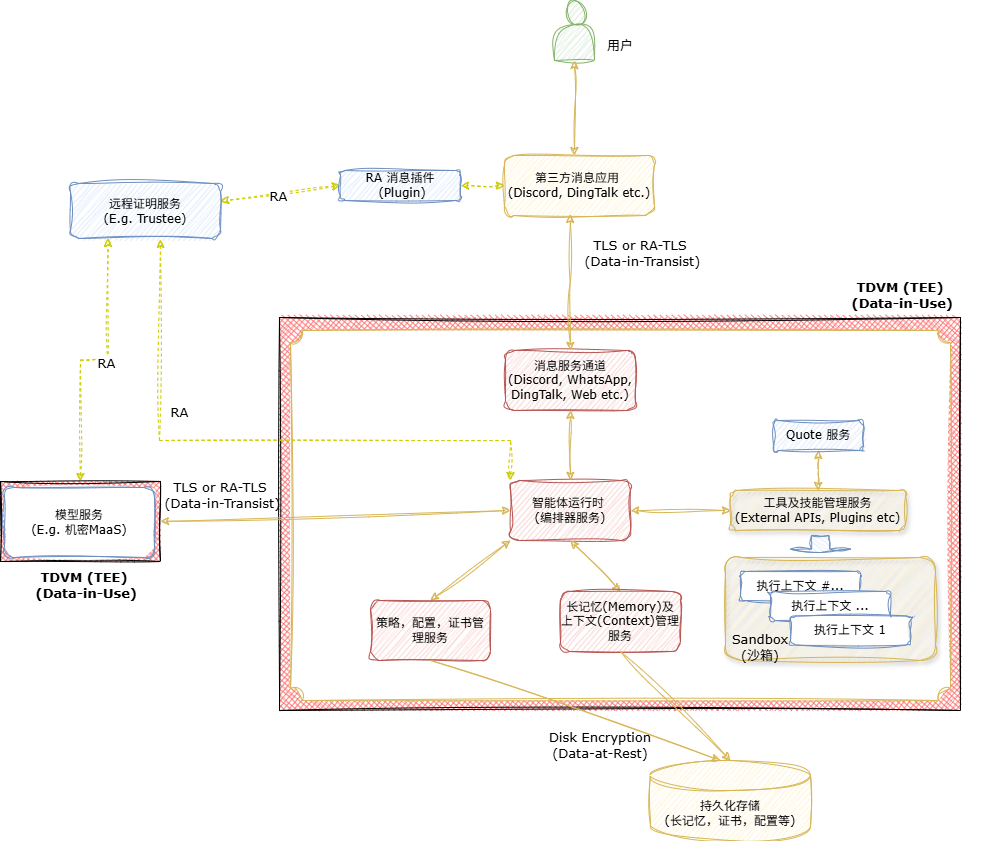
This is cczoo/openclaw-cc/images/openclaw-cc-cn.png from intel/confidential-computing-zoo, a draw.io export, as it was before one commit. Source tidied: cells renumbered, new cells last; positions are measured from the earlier drawing's top-left corner, leaving out a move shared by most shapes. The source it was exported from:
```xml
<mxGraphModel>
  <root>
    <mxCell id="0" />
    <mxCell id="1" parent="0" />
    <mxCell id="2" style="rounded=0;whiteSpace=wrap;html=1;sketch=1;curveFitting=1;jiggle=2;glass=0;fillStyle=cross-hatch;fillColor=#FF6666;" parent="1" vertex="1">
      <mxGeometry x="279" y="317" width="681" height="393" as="geometry" />
    </mxCell>
    <mxCell id="3" style="verticalLabelPosition=bottom;verticalAlign=top;html=1;shape=mxgraph.basic.plaque;dx=6;whiteSpace=wrap;sketch=1;curveFitting=1;jiggle=2;fillColor=#FFFFFF;strokeColor=#d6b656;" parent="1" vertex="1">
      <mxGeometry x="290" y="330" width="660" height="370" as="geometry" />
    </mxCell>
    <mxCell id="4" style="edgeStyle=orthogonalEdgeStyle;rounded=0;jettySize=auto;html=1;exitX=1;exitY=0.5;exitDx=0;exitDy=0;entryX=0;entryY=0.5;entryDx=0;entryDy=0;startArrow=classic;startFill=1;fillColor=#fff2cc;strokeColor=#d6b656;sketch=1;curveFitting=1;jiggle=2;" parent="1" edge="1" source="5" target="11">
      <mxGeometry relative="1" as="geometry" />
    </mxCell>
    <mxCell id="5" value="智能体运行时&amp;nbsp;&lt;div&gt;(编排器服务)&lt;/div&gt;" style="rounded=1;whiteSpace=wrap;html=1;fillColor=#f8cecc;strokeColor=#b85450;sketch=1;curveFitting=1;jiggle=2;fontFamily=Verdana;" parent="1" vertex="1">
      <mxGeometry x="510" y="480" width="120" height="60" as="geometry" />
    </mxCell>
    <mxCell id="6" style="edgeStyle=orthogonalEdgeStyle;rounded=0;jettySize=auto;html=1;exitX=0.5;exitY=1;exitDx=0;exitDy=0;entryX=0.5;entryY=0;entryDx=0;entryDy=0;startArrow=classic;startFill=1;fillColor=#fff2cc;strokeColor=#d6b656;sketch=1;curveFitting=1;jiggle=2;" parent="1" edge="1" source="7" target="5">
      <mxGeometry relative="1" as="geometry" />
    </mxCell>
    <mxCell id="7" value="消息服务通道&lt;br&gt;&lt;div&gt;(Discord, WhatsApp, DingTalk, Web etc.)&lt;/div&gt;" style="rounded=1;whiteSpace=wrap;html=1;fillColor=#f8cecc;strokeColor=#b85450;sketch=1;curveFitting=1;jiggle=2;fontFamily=Verdana;" parent="1" vertex="1">
      <mxGeometry x="505" y="350" width="130" height="60" as="geometry" />
    </mxCell>
    <mxCell id="8" style="rounded=0;jettySize=auto;html=1;exitX=1;exitY=0.5;exitDx=0;exitDy=0;startArrow=classic;startFill=1;fillColor=#fff2cc;strokeColor=#d6b656;sketch=1;curveFitting=1;jiggle=2;" parent="1" edge="1" source="22">
      <mxGeometry relative="1" as="geometry">
        <mxPoint x="510" y="510" as="targetPoint" />
      </mxGeometry>
    </mxCell>
    <mxCell id="9" style="rounded=0;jettySize=auto;html=1;exitX=0.5;exitY=0;exitDx=0;exitDy=0;entryX=0.5;entryY=1;entryDx=0;entryDy=0;startArrow=classic;startFill=1;fillColor=#fff2cc;strokeColor=#d6b656;sketch=1;curveFitting=1;jiggle=2;" parent="1" edge="1" source="10" target="5">
      <mxGeometry relative="1" as="geometry" />
    </mxCell>
    <mxCell id="10" value="长记忆(Memory)及上下文(Context)管理服务" style="rounded=1;whiteSpace=wrap;html=1;fillColor=#f8cecc;strokeColor=#b85450;sketch=1;curveFitting=1;jiggle=2;fontFamily=Verdana;" parent="1" vertex="1">
      <mxGeometry x="560" y="591" width="120" height="60" as="geometry" />
    </mxCell>
    <mxCell id="11" value="工具及技能管理服务&lt;br&gt;&lt;div&gt;(External APIs, Plugins etc)&lt;/div&gt;" style="rounded=1;whiteSpace=wrap;html=1;fillColor=#fff2cc;strokeColor=#d6b656;sketch=1;curveFitting=1;jiggle=2;fontFamily=Verdana;shadow=1;glass=0;align=center;verticalAlign=middle;fontSize=12;fontColor=default;" parent="1" vertex="1">
      <mxGeometry x="730" y="490" width="175" height="40" as="geometry" />
    </mxCell>
    <mxCell id="12" style="rounded=0;jettySize=auto;html=1;exitX=0.5;exitY=0;exitDx=0;exitDy=0;startArrow=classic;startFill=1;fillColor=#fff2cc;strokeColor=#d6b656;sketch=1;curveFitting=1;jiggle=2;" parent="1" edge="1" source="13">
      <mxGeometry relative="1" as="geometry">
        <mxPoint x="510" y="540" as="targetPoint" />
      </mxGeometry>
    </mxCell>
    <mxCell id="13" value="策略，配置，证书管理服务" style="rounded=1;whiteSpace=wrap;html=1;fillColor=#f8cecc;strokeColor=#b85450;sketch=1;curveFitting=1;jiggle=2;fontFamily=Verdana;" parent="1" vertex="1">
      <mxGeometry x="370" y="600" width="120" height="60" as="geometry" />
    </mxCell>
    <mxCell id="14" style="edgeStyle=orthogonalEdgeStyle;rounded=0;jettySize=auto;html=1;entryX=0.5;entryY=0;entryDx=0;entryDy=0;startArrow=classic;startFill=1;fillColor=#fff2cc;strokeColor=#d6b656;sketch=1;curveFitting=1;jiggle=2;exitX=0.438;exitY=0.983;exitDx=0;exitDy=0;exitPerimeter=0;" parent="1" edge="1" source="40" target="7">
      <mxGeometry relative="1" as="geometry" />
    </mxCell>
    <mxCell id="15" style="rounded=0;jettySize=auto;html=1;sketch=1;curveFitting=1;jiggle=2;strokeColor=#CCCC00;align=center;verticalAlign=middle;fontFamily=Helvetica;fontSize=11;fontColor=default;labelBackgroundColor=default;startArrow=classic;startFill=1;endArrow=classic;fillColor=#fff2cc;dashed=1;exitX=0;exitY=0.5;exitDx=0;exitDy=0;" parent="1" edge="1" source="38" target="24">
      <mxGeometry relative="1" as="geometry" />
    </mxCell>
    <mxCell id="16" value="RA" style="edgeLabel;html=1;align=center;verticalAlign=middle;rounded=0;fontFamily=Verdana;fontSize=13;fontColor=default;fillColor=none;gradientColor=none;" parent="15" vertex="1">
      <mxGeometry x="0.04" y="2" relative="1" as="geometry" />
    </mxCell>
    <mxCell id="17" style="shape=actor;whiteSpace=wrap;html=1;fillColor=#d5e8d4;strokeColor=#82b366;sketch=1;curveFitting=1;jiggle=2;" parent="1" vertex="1">
      <mxGeometry x="554" width="40" height="60" as="geometry" />
    </mxCell>
    <mxCell id="18" value="持久化存储&lt;div&gt;(长记忆，证书，配置等)&lt;/div&gt;" style="shape=cylinder3;whiteSpace=wrap;html=1;boundedLbl=1;backgroundOutline=1;size=15;sketch=1;curveFitting=1;jiggle=2;fillColor=#fff2cc;strokeColor=#d6b656;fontFamily=Verdana;" parent="1" vertex="1">
      <mxGeometry x="650" y="760" width="160" height="80" as="geometry" />
    </mxCell>
    <mxCell id="19" style="rounded=0;jettySize=auto;html=1;exitX=0.5;exitY=1;exitDx=0;exitDy=0;entryX=0.5;entryY=0;entryDx=0;entryDy=0;entryPerimeter=0;sketch=1;curveFitting=1;jiggle=2;strokeColor=#d6b656;align=center;verticalAlign=middle;fontFamily=Helvetica;fontSize=11;fontColor=default;labelBackgroundColor=default;startArrow=none;startFill=0;endArrow=classic;fillColor=#fff2cc;" parent="1" edge="1" source="10" target="18">
      <mxGeometry relative="1" as="geometry" />
    </mxCell>
    <mxCell id="20" style="edgeStyle=orthogonalEdgeStyle;rounded=0;jettySize=auto;html=1;exitX=0.5;exitY=0;exitDx=0;exitDy=0;entryX=0.25;entryY=1;entryDx=0;entryDy=0;sketch=1;curveFitting=1;jiggle=2;strokeColor=#CCCC00;align=center;verticalAlign=middle;fontFamily=Helvetica;fontSize=11;fontColor=default;labelBackgroundColor=default;startArrow=classic;startFill=1;endArrow=classic;fillColor=#fff2cc;dashed=1;" parent="1" edge="1" source="22" target="24">
      <mxGeometry relative="1" as="geometry" />
    </mxCell>
    <mxCell id="21" value="RA" style="edgeLabel;html=1;align=center;verticalAlign=middle;rounded=0;fontFamily=Verdana;fontSize=13;fontColor=default;fillColor=none;gradientColor=none;" parent="20" vertex="1">
      <mxGeometry x="-0.17" y="3" relative="1" as="geometry">
        <mxPoint x="28" y="-6" as="offset" />
      </mxGeometry>
    </mxCell>
    <mxCell id="22" style="rounded=0;whiteSpace=wrap;html=1;sketch=1;curveFitting=1;jiggle=2;glass=0;fillStyle=cross-hatch;fillColor=#FF6666;" parent="1" vertex="1">
      <mxGeometry y="481" width="160" height="80" as="geometry" />
    </mxCell>
    <mxCell id="23" value="&lt;div&gt;模型服务&lt;/div&gt;&lt;div&gt;(E.g. 机密MaaS)&lt;/div&gt;" style="rounded=1;whiteSpace=wrap;html=1;fillColor=#FFFFFF;strokeColor=#6c8ebf;sketch=1;curveFitting=1;jiggle=2;fontFamily=Verdana;" parent="1" vertex="1">
      <mxGeometry x="4" y="487" width="150" height="70" as="geometry" />
    </mxCell>
    <mxCell id="24" value="远程证明服务&lt;div&gt;(E.g. Trustee)&lt;/div&gt;" style="rounded=1;whiteSpace=wrap;html=1;fillColor=#dae8fc;strokeColor=#6c8ebf;sketch=1;curveFitting=1;jiggle=2;fontFamily=Verdana;" parent="1" vertex="1">
      <mxGeometry x="70" y="183" width="150" height="55" as="geometry" />
    </mxCell>
    <mxCell id="25" value="TDVM (TEE)&lt;div&gt;&amp;nbsp;(Data-in-Use)&lt;/div&gt;" style="text;html=1;whiteSpace=wrap;strokeColor=none;fillColor=none;align=center;verticalAlign=middle;rounded=0;fontFamily=Verdana;fontSize=13;fontColor=default;fontStyle=1;" parent="1" vertex="1">
      <mxGeometry x="820" y="280" width="160" height="30" as="geometry" />
    </mxCell>
    <mxCell id="26" style="rounded=1;whiteSpace=wrap;html=1;fillColor=#fff2cc;sketch=1;curveFitting=1;jiggle=2;glass=0;shadow=1;strokeColor=#d6b656;" parent="1" vertex="1">
      <mxGeometry x="725" y="557" width="210" height="103" as="geometry" />
    </mxCell>
    <mxCell id="27" value="Disk Encryption&lt;br&gt;&lt;div&gt;(Data-at-Rest)&lt;/div&gt;" style="text;html=1;whiteSpace=wrap;strokeColor=none;fillColor=none;align=center;verticalAlign=middle;rounded=0;fontFamily=Verdana;fontSize=13;" parent="1" vertex="1">
      <mxGeometry x="520" y="730" width="160" height="30" as="geometry" />
    </mxCell>
    <mxCell id="28" value="TLS or RA-TLS&lt;div&gt;&amp;nbsp;(Data-in-Transist)&lt;/div&gt;" style="text;html=1;whiteSpace=wrap;strokeColor=none;fillColor=none;align=center;verticalAlign=middle;rounded=0;fontFamily=Verdana;fontSize=13;" parent="1" vertex="1">
      <mxGeometry x="560" y="238" width="160" height="30" as="geometry" />
    </mxCell>
    <mxCell id="29" value="TLS or RA-TLS&lt;div&gt;&amp;nbsp;(Data-in-Transist)&lt;/div&gt;" style="text;html=1;whiteSpace=wrap;strokeColor=none;fillColor=none;align=center;verticalAlign=middle;rounded=0;fontFamily=Verdana;fontSize=13;" parent="1" vertex="1">
      <mxGeometry x="140" y="480" width="160" height="30" as="geometry" />
    </mxCell>
    <mxCell id="30" value="执行上下文 #..." style="rounded=1;whiteSpace=wrap;html=1;fillColor=#FFFFFF;strokeColor=#6c8ebf;fillStyle=auto;sketch=1;curveFitting=1;jiggle=2;fontFamily=Verdana;" parent="1" vertex="1">
      <mxGeometry x="740" y="571" width="120" height="29" as="geometry" />
    </mxCell>
    <mxCell id="31" style="shape=singleArrow;direction=south;whiteSpace=wrap;html=1;fillColor=#dae8fc;strokeColor=#6c8ebf;sketch=1;curveFitting=1;jiggle=2;" parent="1" vertex="1">
      <mxGeometry x="790" y="535" width="60" height="17" as="geometry" />
    </mxCell>
    <mxCell id="32" value="RA" style="edgeLabel;html=1;align=center;verticalAlign=middle;rounded=0;fontFamily=Verdana;fontSize=13;fontColor=default;fillColor=none;gradientColor=none;" parent="1" vertex="1">
      <mxGeometry x="226" y="395" as="geometry">
        <mxPoint x="-48" y="16" as="offset" />
      </mxGeometry>
    </mxCell>
    <mxCell id="33" style="rounded=0;jettySize=auto;html=1;exitX=0.5;exitY=1;exitDx=0;exitDy=0;sketch=1;curveFitting=1;jiggle=2;strokeColor=#d6b656;align=center;verticalAlign=middle;fontFamily=Helvetica;fontSize=11;fontColor=default;labelBackgroundColor=default;startArrow=none;startFill=0;endArrow=classic;fillColor=#fff2cc;" parent="1" edge="1" source="13">
      <mxGeometry relative="1" as="geometry">
        <mxPoint x="720" y="760" as="targetPoint" />
      </mxGeometry>
    </mxCell>
    <mxCell id="34" value="Sandbox&lt;div&gt;(沙箱)&lt;/div&gt;" style="text;html=1;whiteSpace=wrap;strokeColor=none;fillColor=none;align=center;verticalAlign=middle;rounded=0;fontFamily=Verdana;fontSize=13;" parent="1" vertex="1">
      <mxGeometry x="680" y="632" width="160" height="30" as="geometry" />
    </mxCell>
    <mxCell id="35" value="执行上下文 ..." style="rounded=1;whiteSpace=wrap;html=1;fillColor=#FFFFFF;strokeColor=#6c8ebf;fillStyle=auto;sketch=1;curveFitting=1;jiggle=2;fontFamily=Verdana;" parent="1" vertex="1">
      <mxGeometry x="770" y="591" width="120" height="29" as="geometry" />
    </mxCell>
    <mxCell id="36" value="执行上下文 1" style="rounded=1;whiteSpace=wrap;html=1;fillColor=#FFFFFF;strokeColor=#6c8ebf;fillStyle=auto;sketch=1;curveFitting=1;jiggle=2;fontFamily=Verdana;" parent="1" vertex="1">
      <mxGeometry x="790" y="615.5" width="120" height="29" as="geometry" />
    </mxCell>
    <mxCell id="37" style="edgeStyle=orthogonalEdgeStyle;rounded=0;jettySize=auto;html=1;exitX=0;exitY=0;exitDx=0;exitDy=0;entryX=0.6;entryY=1.018;entryDx=0;entryDy=0;entryPerimeter=0;dashed=1;sketch=1;jiggle=2;curveFitting=1;strokeColor=#CCCC00;align=center;verticalAlign=middle;fontFamily=Helvetica;fontSize=11;fontColor=default;labelBackgroundColor=default;startArrow=classic;startFill=1;endArrow=classic;fillColor=#fff2cc;" parent="1" edge="1" source="5" target="24">
      <mxGeometry relative="1" as="geometry">
        <Array as="points">
          <mxPoint x="510" y="440" />
          <mxPoint x="159" y="440" />
        </Array>
      </mxGeometry>
    </mxCell>
    <mxCell id="38" value="RA 消息插件&lt;div&gt;&lt;span style=&quot;background-color: transparent; color: light-dark(rgb(0, 0, 0), rgb(255, 255, 255));&quot;&gt;&amp;nbsp;&lt;/span&gt;&lt;span style=&quot;background-color: transparent; color: light-dark(rgb(0, 0, 0), rgb(255, 255, 255));&quot;&gt;(Plugin)&lt;/span&gt;&lt;/div&gt;" style="rounded=1;whiteSpace=wrap;html=1;fillColor=#dae8fc;strokeColor=#6c8ebf;sketch=1;curveFitting=1;jiggle=2;fontFamily=Verdana;" parent="1" vertex="1">
      <mxGeometry x="340" y="170" width="120" height="30" as="geometry" />
    </mxCell>
    <mxCell id="39" style="edgeStyle=orthogonalEdgeStyle;rounded=0;jettySize=auto;html=1;exitX=0;exitY=0.5;exitDx=0;exitDy=0;entryX=1;entryY=0.5;entryDx=0;entryDy=0;dashed=1;sketch=1;jiggle=2;curveFitting=1;strokeColor=#CCCC00;align=center;verticalAlign=middle;fontFamily=Helvetica;fontSize=11;fontColor=default;labelBackgroundColor=default;startArrow=classic;startFill=1;endArrow=classic;fillColor=#fff2cc;" parent="1" edge="1" source="40" target="38">
      <mxGeometry relative="1" as="geometry" />
    </mxCell>
    <mxCell id="40" value="第三方消息应用&amp;nbsp;&lt;div&gt;&lt;span style=&quot;background-color: transparent; color: light-dark(rgb(0, 0, 0), rgb(255, 255, 255));&quot;&gt;(Discord, DingTalk etc.)&lt;/span&gt;&lt;/div&gt;" style="rounded=1;whiteSpace=wrap;html=1;fillColor=#fff2cc;strokeColor=#d6b656;sketch=1;curveFitting=1;jiggle=2;fontFamily=Verdana;" parent="1" vertex="1">
      <mxGeometry x="504" y="155" width="150" height="60" as="geometry" />
    </mxCell>
    <mxCell id="41" style="edgeStyle=orthogonalEdgeStyle;rounded=0;jettySize=auto;html=1;entryX=0.5;entryY=0;entryDx=0;entryDy=0;startArrow=classic;startFill=1;fillColor=#fff2cc;strokeColor=#d6b656;sketch=1;curveFitting=1;jiggle=2;exitX=0.5;exitY=1;exitDx=0;exitDy=0;" parent="1" edge="1" source="17">
      <mxGeometry relative="1" as="geometry">
        <mxPoint x="574" y="155" as="targetPoint" />
      </mxGeometry>
    </mxCell>
    <mxCell id="42" value="TDVM (TEE)&lt;div&gt;&amp;nbsp;(Data-in-Use)&lt;/div&gt;" style="text;html=1;whiteSpace=wrap;strokeColor=none;fillColor=none;align=center;verticalAlign=middle;rounded=0;fontFamily=Verdana;fontSize=13;fontColor=default;fontStyle=1;" parent="1" vertex="1">
      <mxGeometry x="4" y="570" width="160" height="30" as="geometry" />
    </mxCell>
    <mxCell id="43" value="用户" style="text;html=1;whiteSpace=wrap;strokeColor=none;fillColor=none;align=center;verticalAlign=middle;rounded=0;fontFamily=Verdana;fontSize=13;" parent="1" vertex="1">
      <mxGeometry x="540" y="30" width="160" height="30" as="geometry" />
    </mxCell>
    <mxCell id="44" style="edgeStyle=orthogonalEdgeStyle;rounded=0;jettySize=auto;html=1;exitX=0.5;exitY=1;exitDx=0;exitDy=0;entryX=0.5;entryY=0;entryDx=0;entryDy=0;sketch=1;jiggle=2;curveFitting=1;strokeColor=#d6b656;align=center;verticalAlign=middle;fontFamily=Helvetica;fontSize=11;fontColor=default;labelBackgroundColor=default;startArrow=classic;startFill=1;endArrow=classic;fillColor=#fff2cc;" parent="1" edge="1" source="45" target="11">
      <mxGeometry relative="1" as="geometry" />
    </mxCell>
    <mxCell id="45" value="Quote 服务" style="rounded=1;whiteSpace=wrap;html=1;fillColor=#dae8fc;strokeColor=#6c8ebf;sketch=1;curveFitting=1;jiggle=2;fontFamily=Verdana;" parent="1" vertex="1">
      <mxGeometry x="773" y="420" width="90" height="30" as="geometry" />
    </mxCell>
  </root>
</mxGraphModel>
```
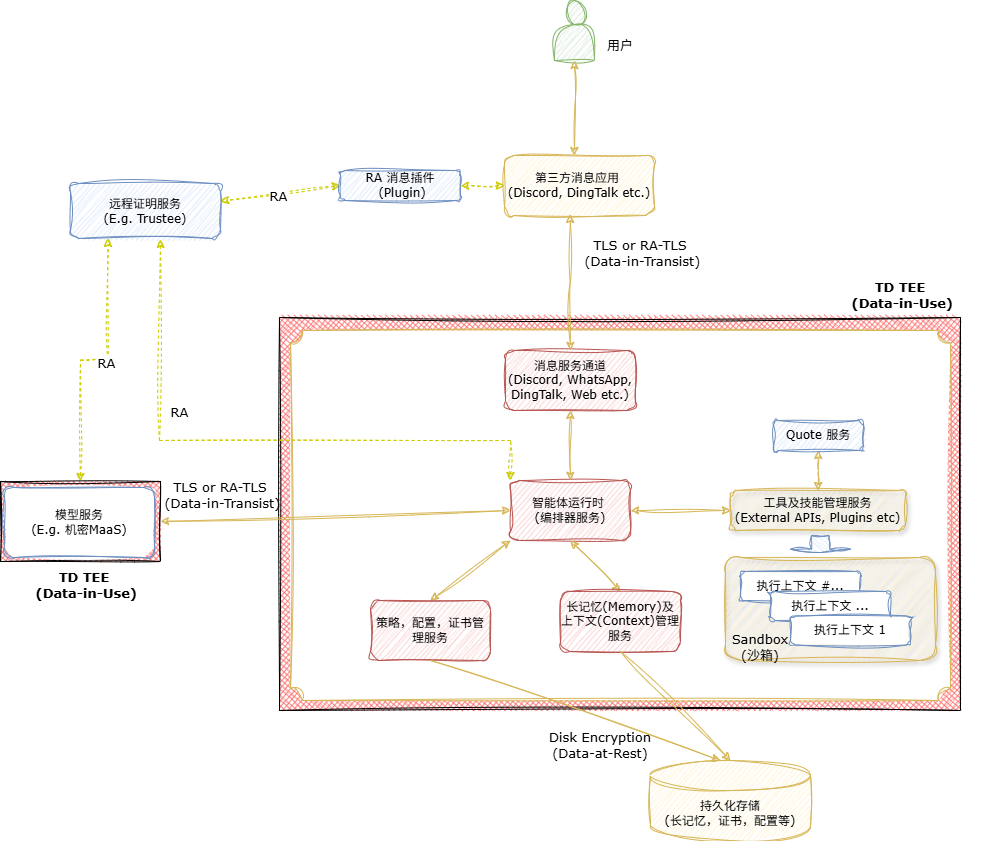
The same diagram one commit later.

What changed in the source:
```diff
@@ -77,7 +77,7 @@
     <mxCell id="24" value="远程证明服务&lt;div&gt;(E.g. Trustee)&lt;/div&gt;" style="rounded=1;whiteSpace=wrap;html=1;fillColor=#dae8fc;strokeColor=#6c8ebf;sketch=1;curveFitting=1;jiggle=2;fontFamily=Verdana;" parent="1" vertex="1">
       <mxGeometry x="70" y="183" width="150" height="55" as="geometry" />
     </mxCell>
-    <mxCell id="25" value="TDVM (TEE)&lt;div&gt;&amp;nbsp;(Data-in-Use)&lt;/div&gt;" style="text;html=1;whiteSpace=wrap;strokeColor=none;fillColor=none;align=center;verticalAlign=middle;rounded=0;fontFamily=Verdana;fontSize=13;fontColor=default;fontStyle=1;" parent="1" vertex="1">
+    <mxCell id="25" value="TD TEE&lt;div&gt;&amp;nbsp;(Data-in-Use)&lt;/div&gt;" style="text;html=1;whiteSpace=wrap;strokeColor=none;fillColor=none;align=center;verticalAlign=middle;rounded=0;fontFamily=Verdana;fontSize=13;fontColor=default;fontStyle=1;" parent="1" vertex="1">
       <mxGeometry x="820" y="280" width="160" height="30" as="geometry" />
     </mxCell>
     <mxCell id="26" style="rounded=1;whiteSpace=wrap;html=1;fillColor=#fff2cc;sketch=1;curveFitting=1;jiggle=2;glass=0;shadow=1;strokeColor=#d6b656;" parent="1" vertex="1">
@@ -139,7 +139,7 @@
         <mxPoint x="574" y="155" as="targetPoint" />
       </mxGeometry>
     </mxCell>
-    <mxCell id="42" value="TDVM (TEE)&lt;div&gt;&amp;nbsp;(Data-in-Use)&lt;/div&gt;" style="text;html=1;whiteSpace=wrap;strokeColor=none;fillColor=none;align=center;verticalAlign=middle;rounded=0;fontFamily=Verdana;fontSize=13;fontColor=default;fontStyle=1;" parent="1" vertex="1">
+    <mxCell id="42" value="TD TEE&lt;div&gt;&amp;nbsp;(Data-in-Use)&lt;/div&gt;" style="text;html=1;whiteSpace=wrap;strokeColor=none;fillColor=none;align=center;verticalAlign=middle;rounded=0;fontFamily=Verdana;fontSize=13;fontColor=default;fontStyle=1;" parent="1" vertex="1">
       <mxGeometry x="4" y="570" width="160" height="30" as="geometry" />
     </mxCell>
     <mxCell id="43" value="用户" style="text;html=1;whiteSpace=wrap;strokeColor=none;fillColor=none;align=center;verticalAlign=middle;rounded=0;fontFamily=Verdana;fontSize=13;" parent="1" vertex="1">
```
